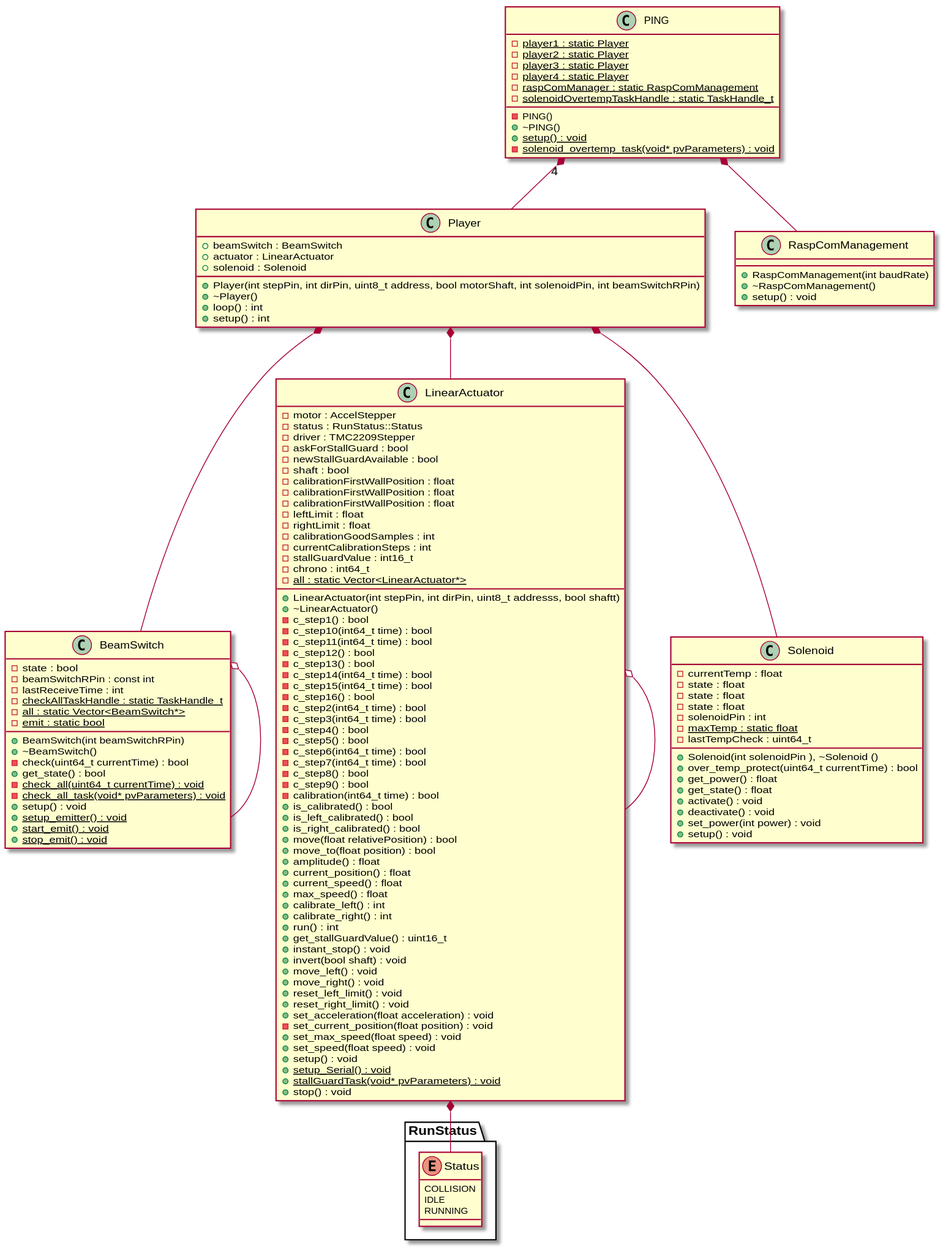
Earlier version of the PlantUML export docs/esp32.svg (2PING2/PING2). Source of this version:
```plantuml
@startuml






class BeamSwitch {
	+BeamSwitch(int beamSwitchRPin)
	+~BeamSwitch()
	-check(uint64_t currentTime) : bool
	+get_state() : bool
	-state : bool
	-beamSwitchRPin : const int
	-lastReceiveTime : int
	-{static} checkAllTaskHandle : static TaskHandle_t
	-{static} all : static Vector<BeamSwitch*>
	-{static} emit : static bool
	-{static} check_all(uint64_t currentTime) : void
	-{static} check_all_task(void* pvParameters) : void
	+setup() : void
	+{static} setup_emitter() : void
	+{static} start_emit() : void
	+{static} stop_emit() : void
}


class LinearActuator {
	+LinearActuator(int stepPin, int dirPin, uint8_t addresss, bool shaftt)
	+~LinearActuator()
	-motor : AccelStepper
	-status : RunStatus::Status
	-driver : TMC2209Stepper
	-askForStallGuard : bool
	-c_step1() : bool
	-c_step10(int64_t time) : bool
	-c_step11(int64_t time) : bool
	-c_step12() : bool
	-c_step13() : bool
	-c_step14(int64_t time) : bool
	-c_step15(int64_t time) : bool
	-c_step16() : bool
	-c_step2(int64_t time) : bool
	-c_step3(int64_t time) : bool
	-c_step4() : bool
	-c_step5() : bool
	-c_step6(int64_t time) : bool
	-c_step7(int64_t time) : bool
	-c_step8() : bool
	-c_step9() : bool
	-calibration(int64_t time) : bool
	+is_calibrated() : bool
	+is_left_calibrated() : bool
	+is_right_calibrated() : bool
	+move(float relativePosition) : bool
	+move_to(float position) : bool
	-newStallGuardAvailable : bool
	-shaft : bool
	+amplitude() : float
	-calibrationFirstWallPosition : float
	-calibrationFirstWallPosition : float
	-calibrationFirstWallPosition : float
	+current_position() : float
	+current_speed() : float
	-leftLimit : float
	+max_speed() : float
	-rightLimit : float
	+calibrate_left() : int
	+calibrate_right() : int
	-calibrationGoodSamples : int
	-currentCalibrationSteps : int
	+run() : int
	-stallGuardValue : int16_t
	-chrono : int64_t
	-{static} all : static Vector<LinearActuator*>
	+get_stallGuardValue() : uint16_t
	+instant_stop() : void
	+invert(bool shaft) : void
	+move_left() : void
	+move_right() : void
	+reset_left_limit() : void
	+reset_right_limit() : void
	+set_acceleration(float acceleration) : void
	-set_current_position(float position) : void
	+set_max_speed(float speed) : void
	+set_speed(float speed) : void
	+setup() : void
	+{static} setup_Serial() : void
	+{static} stallGuardTask(void* pvParameters) : void
	+stop() : void
}


class PING {
	-PING()
	+~PING()
	-{static} player1 : static Player
	-{static} player2 : static Player
	-{static} player3 : static Player
	-{static} player4 : static Player
	-{static} raspComManager : static RaspComManagement
	-{static} solenoidOvertempTaskHandle : static TaskHandle_t
	+{static} setup() : void
	-{static} solenoid_overtemp_task(void* pvParameters) : void
}


class Player {
	+Player(int stepPin, int dirPin, uint8_t address, bool motorShaft, int solenoidPin, int beamSwitchRPin)
	+~Player()
	+beamSwitch : BeamSwitch
	+actuator : LinearActuator
	+solenoid : Solenoid
	+loop() : int
	+setup() : int
}


class RaspComManagement {
	+RaspComManagement(int baudRate)
	+~RaspComManagement()
	+setup() : void
}


class Solenoid {
	+Solenoid(int solenoidPin ), ~Solenoid ()
	+over_temp_protect(uint64_t currentTime) : bool
	-currentTemp : float
	+get_power() : float
	+get_state() : float
	-state : float
	-state : float
	-state : float
	-solenoidPin : int
	-{static} maxTemp : static float
	-lastTempCheck : uint64_t
	+activate() : void
	+deactivate() : void
	+set_power(int power) : void
	+setup() : void
}


namespace RunStatus {
	enum Status {
		COLLISION
		IDLE
		RUNNING
	}
}










BeamSwitch o-- BeamSwitch


LinearActuator o-- LinearActuator


LinearActuator *-- RunStatus.Status


PING "4" *-- Player


PING *-- RaspComManagement


Player *-- BeamSwitch


Player *-- LinearActuator


Player *-- Solenoid









@enduml
```
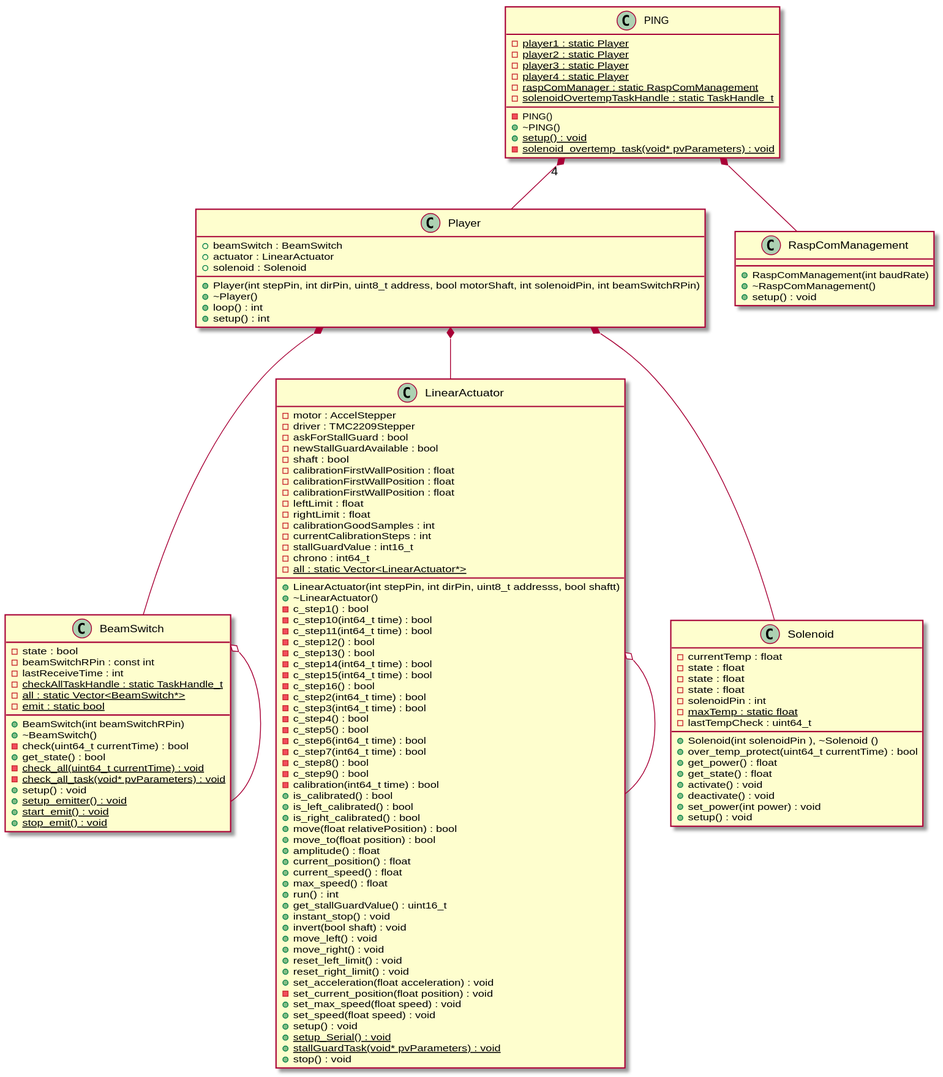
Later version of the same file.

Commit message:
Updated UML diagram

What changed in the source:
```diff
@@ -29,7 +29,6 @@
 	+LinearActuator(int stepPin, int dirPin, uint8_t addresss, bool shaftt)
 	+~LinearActuator()
 	-motor : AccelStepper
-	-status : RunStatus::Status
 	-driver : TMC2209Stepper
 	-askForStallGuard : bool
 	-c_step1() : bool
@@ -65,8 +64,6 @@
 	-leftLimit : float
 	+max_speed() : float
 	-rightLimit : float
-	+calibrate_left() : int
-	+calibrate_right() : int
 	-calibrationGoodSamples : int
 	-currentCalibrationSteps : int
 	+run() : int
@@ -142,15 +139,6 @@
 }
 
 
-namespace RunStatus {
-	enum Status {
-		COLLISION
-		IDLE
-		RUNNING
-	}
-}
-
-
 
 
 
@@ -163,9 +151,6 @@
 
 
 LinearActuator o-- LinearActuator
-
-
-LinearActuator *-- RunStatus.Status
 
 
 PING "4" *-- Player
```
